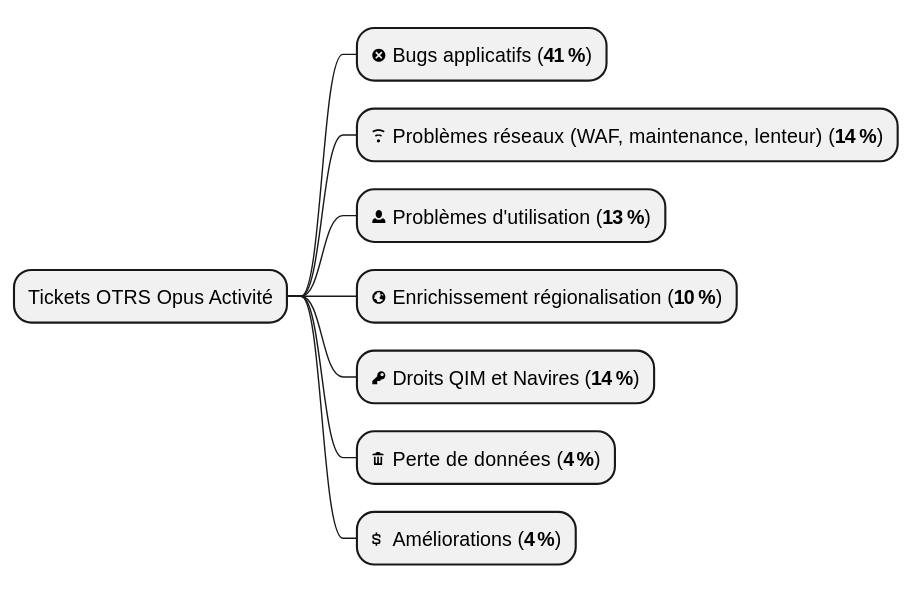
Earlier version of the PlantUML export projects/activity-calendar/not/images/otrs-tickets-repartition.svg (sumaris-net/sumaris-doc). Its source is kept beside it as projects/activity-calendar/not/images/otrs-tickets-repartition.puml.
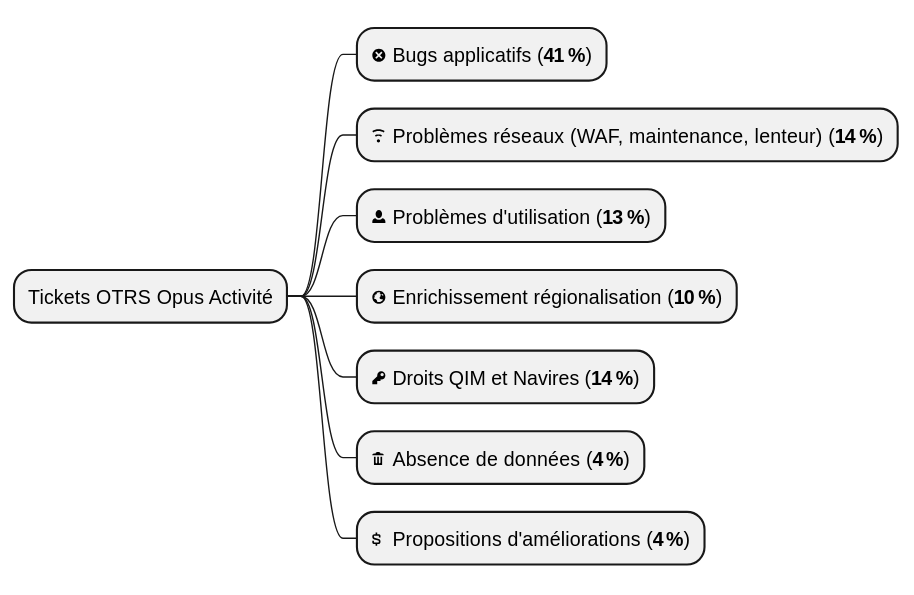
Later version of the same file.

What changed in the source:
```diff
@@ -5,6 +5,6 @@
 ** <&person> Problèmes d'utilisation (**13 %**)
 ** <&globe> Enrichissement régionalisation (**10 %**)
 ** <&key> Droits QIM et Navires (**14 %**)
-** <&trash> Perte de données (**4 %**)
-** <&dollar> Améliorations (**4 %**)
+** <&trash> Absence de données (**4 %**)
+** <&dollar> Propositions d'améliorations (**4 %**)
 @endmindmap
```
